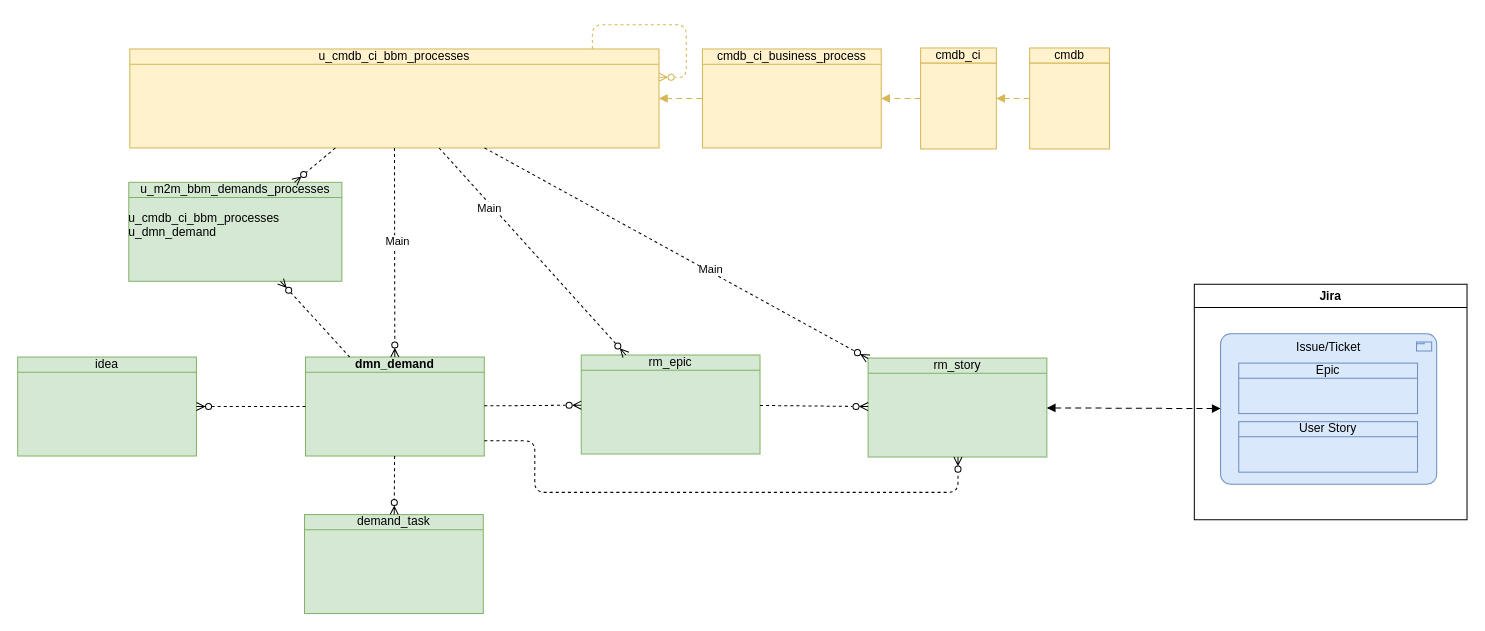
algimas/tmp keeps this draw.io diagram as page "m2mProcess" (9 of 14) of Bosch.drawio. Above is the earlier version. Source tidied: cells renumbered, new cells numbered last; positions are measured from the earlier drawing's top-left corner, leaving out a move shared by most shapes. Both pictures are drawn from the tidied source at 101%, with x=0, y=0 at pixel (17, 24).
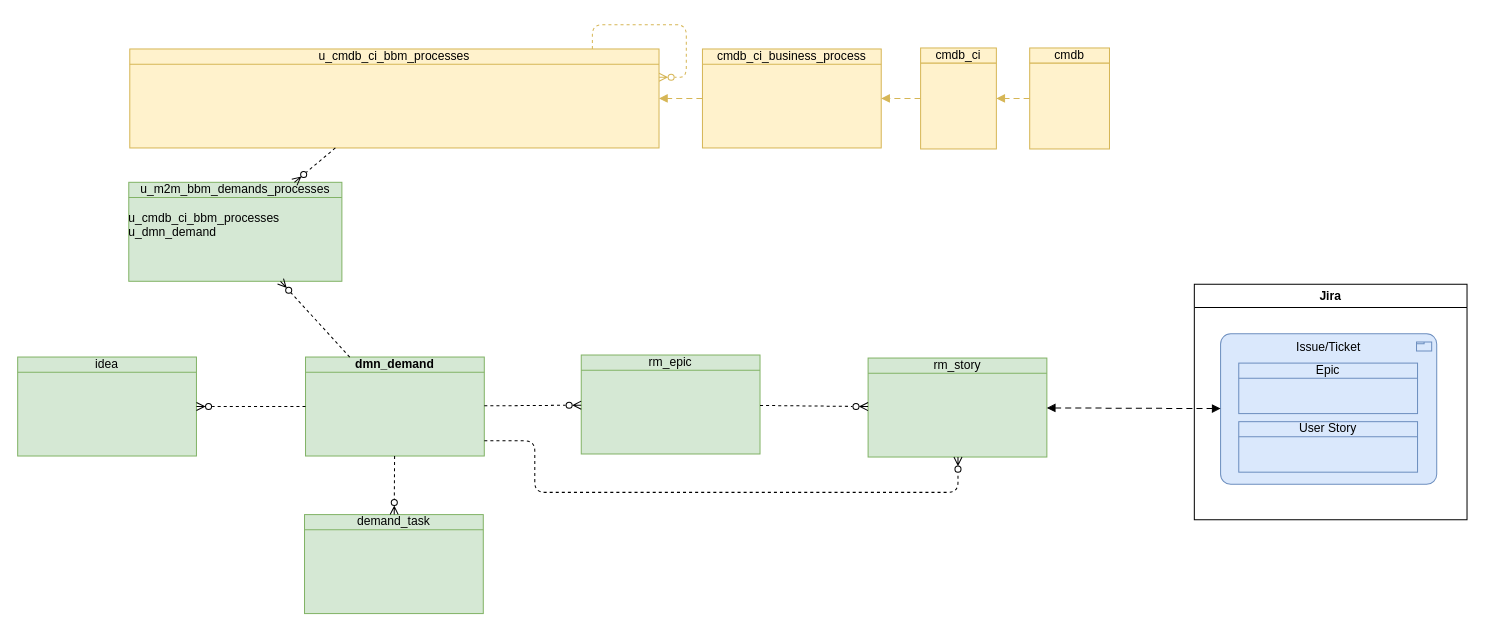
Above is the later version.

Unchanged cells that the change refers to:
```xml
<mxCell id="8" value="u_cmdb_ci_bbm_processes" style="html=1;outlineConnect=0;whiteSpace=wrap;fillColor=#fff2cc;shape=mxgraph.archimate3.businessObject;overflow=fill;strokeColor=#d6b656;" parent="1" vertex="1">
  <mxGeometry x="111" y="24" width="524" height="98" as="geometry" />
</mxCell>
<mxCell id="10" value="&lt;b&gt;dmn_demand&lt;/b&gt;" style="html=1;outlineConnect=0;whiteSpace=wrap;fillColor=#d5e8d4;shape=mxgraph.archimate3.businessObject;overflow=fill;strokeColor=#82b366;" parent="1" vertex="1">
  <mxGeometry x="285" y="329" width="177" height="98" as="geometry" />
</mxCell>
<mxCell id="13" value="rm_epic" style="html=1;outlineConnect=0;whiteSpace=wrap;fillColor=#d5e8d4;shape=mxgraph.archimate3.businessObject;overflow=fill;strokeColor=#82b366;" parent="1" vertex="1">
  <mxGeometry x="558" y="327" width="177" height="98" as="geometry" />
</mxCell>
<mxCell id="15" value="rm_story" style="html=1;outlineConnect=0;whiteSpace=wrap;fillColor=#d5e8d4;shape=mxgraph.archimate3.businessObject;overflow=fill;strokeColor=#82b366;" parent="1" vertex="1">
  <mxGeometry x="842" y="330" width="177" height="98" as="geometry" />
</mxCell>
```

What changed in the source:
```diff
@@
-    <mxCell id="11" style="html=1;dashed=1;labelBackgroundColor=none;startArrow=none;endArrow=ERzeroToMany;fontFamily=Verdana;fontSize=12;align=left;startFill=0;endFill=0;" parent="1" edge="1" source="8" target="10">
-      <mxGeometry relative="1" as="geometry" />
-    </mxCell>
-    <mxCell id="12" value="Main" style="edgeLabel;html=1;align=center;verticalAlign=middle;" parent="11" vertex="1">
-      <mxGeometry x="-0.1" y="2" relative="1" as="geometry" />
-    </mxCell>
@@
-    <mxCell id="16" style="html=1;dashed=1;labelBackgroundColor=none;startArrow=none;endArrow=ERzeroToMany;fontFamily=Verdana;fontSize=12;align=left;startFill=0;endFill=0;" parent="1" edge="1" source="8" target="13">
-      <mxGeometry relative="1" as="geometry" />
-    </mxCell>
-    <mxCell id="17" value="Main" style="edgeLabel;html=1;align=center;verticalAlign=middle;" parent="16" vertex="1">
-      <mxGeometry x="-0.44" y="-3" relative="1" as="geometry" />
-    </mxCell>
@@
-    <mxCell id="19" style="html=1;dashed=1;labelBackgroundColor=none;startArrow=none;endArrow=ERzeroToMany;fontFamily=Verdana;fontSize=12;align=left;startFill=0;endFill=0;" parent="1" edge="1" source="8" target="15">
-      <mxGeometry relative="1" as="geometry" />
-    </mxCell>
-    <mxCell id="20" value="Main" style="edgeLabel;html=1;align=center;verticalAlign=middle;" parent="19" vertex="1">
-      <mxGeometry x="0.17" y="3" relative="1" as="geometry" />
-    </mxCell>
```
